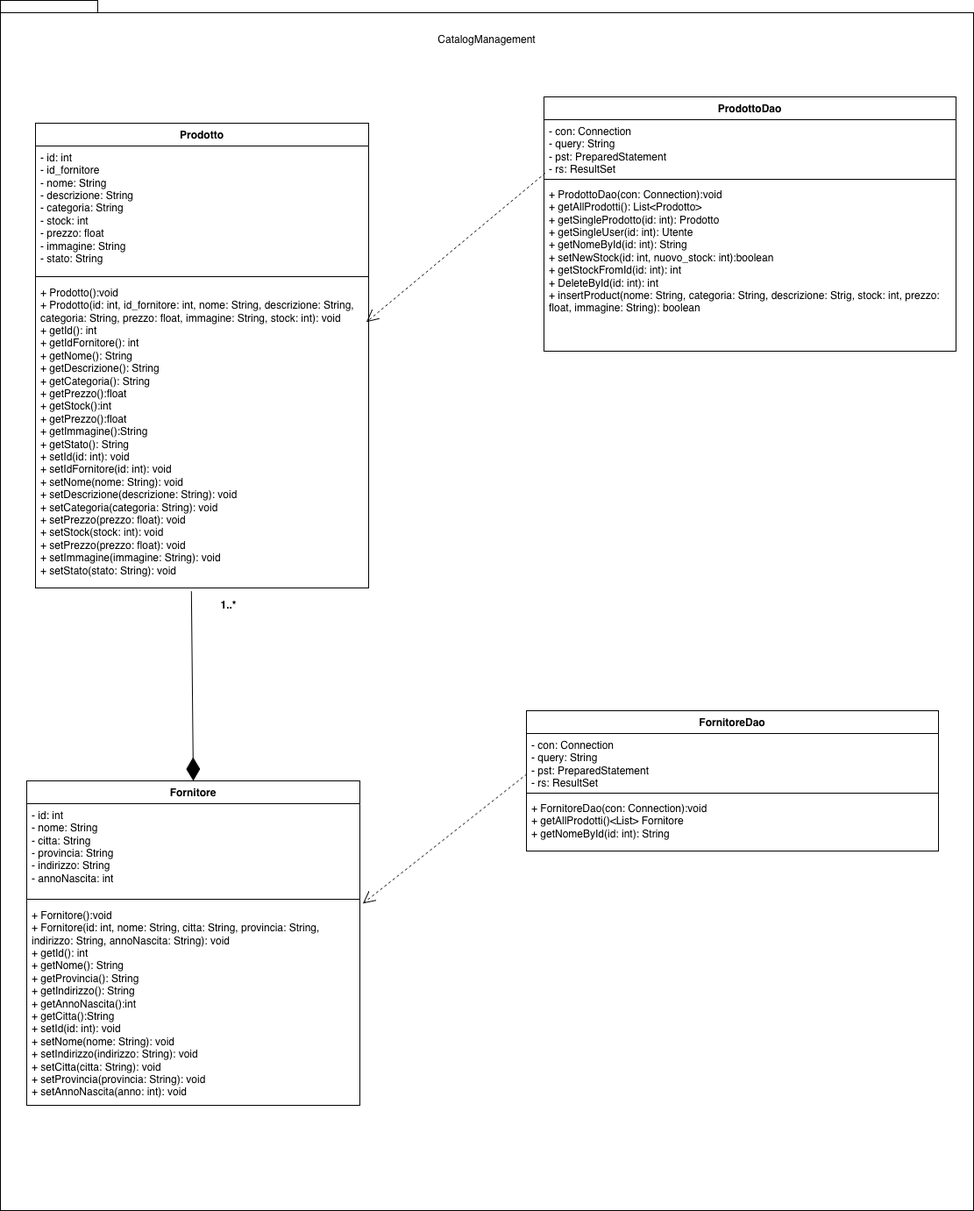
Before: Deliverables/Object Design Document Images/CatalogManagement.png, a diagram exported from draw.io (SigsUni/LaCantina). Source tidied: cells renumbered, new cells last; positions are measured from the earlier drawing's top-left corner, leaving out a move shared by most shapes.
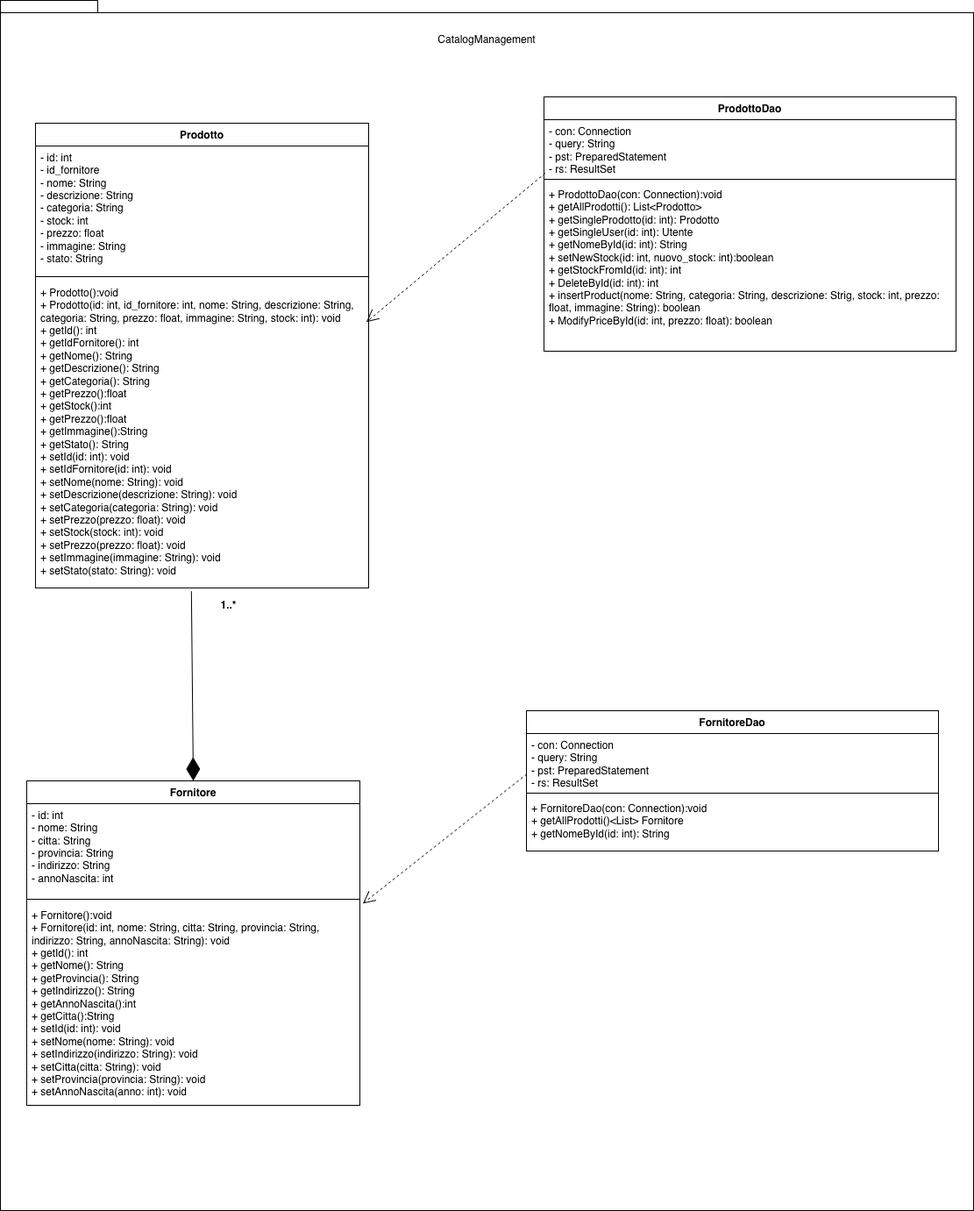
After the change.

The edit, as a diff of the source:
```diff
@@ -29,7 +29,7 @@
     <mxCell id="10" style="line;strokeWidth=1;fillColor=none;align=left;verticalAlign=middle;spacingTop=-1;spacingLeft=3;spacingRight=3;labelPosition=right;strokeColor=inherit;" parent="8" vertex="1">
       <mxGeometry y="90" width="470" height="8" as="geometry" />
     </mxCell>
-    <mxCell id="11" value="&lt;div&gt;+ ProdottoDao(con: Connection):void&lt;/div&gt;&lt;div&gt;+ getAllProdotti(): List&amp;lt;Prodotto&amp;gt;&lt;/div&gt;&lt;div&gt;+ getSingleProdotto(id: int): Prodotto&lt;/div&gt;&lt;div&gt;+ getSingleUser(id: int): Utente&lt;/div&gt;&lt;div&gt;+ getNomeById(id: int): String&lt;/div&gt;&lt;div&gt;+ setNewStock(id: int, nuovo_stock: int):boolean&lt;/div&gt;&lt;div&gt;+ getStockFromId(id: int): int&lt;/div&gt;&lt;div&gt;+ DeleteById(id: int): int&lt;/div&gt;&lt;div&gt;+ insertProduct(nome: String, categoria: String, descrizione: Strig, stock: int, prezzo: float, immagine: String): boolean&lt;/div&gt;" style="text;strokeColor=none;fillColor=none;align=left;verticalAlign=top;spacingLeft=4;spacingRight=4;overflow=hidden;whiteSpace=wrap;html=1;" parent="8" vertex="1">
+    <mxCell id="11" value="&lt;div&gt;+ ProdottoDao(con: Connection):void&lt;/div&gt;&lt;div&gt;+ getAllProdotti(): List&amp;lt;Prodotto&amp;gt;&lt;/div&gt;&lt;div&gt;+ getSingleProdotto(id: int): Prodotto&lt;/div&gt;&lt;div&gt;+ getSingleUser(id: int): Utente&lt;/div&gt;&lt;div&gt;+ getNomeById(id: int): String&lt;/div&gt;&lt;div&gt;+ setNewStock(id: int, nuovo_stock: int):boolean&lt;/div&gt;&lt;div&gt;+ getStockFromId(id: int): int&lt;/div&gt;&lt;div&gt;+ DeleteById(id: int): int&lt;/div&gt;&lt;div&gt;+ insertProduct(nome: String, categoria: String, descrizione: Strig, stock: int, prezzo: float, immagine: String): boolean&lt;/div&gt;&lt;div&gt;+ ModifyPriceById(id: int, prezzo: float): boolean&lt;/div&gt;" style="text;strokeColor=none;fillColor=none;align=left;verticalAlign=top;spacingLeft=4;spacingRight=4;overflow=hidden;whiteSpace=wrap;html=1;" parent="8" vertex="1">
       <mxGeometry y="98" width="470" height="192" as="geometry" />
     </mxCell>
     <mxCell id="12" style="endArrow=open;endSize=12;dashed=1;html=1;rounded=0;exitX=0.003;exitY=0.953;exitDx=0;exitDy=0;exitPerimeter=0;entryX=0.993;entryY=0.134;entryDx=0;entryDy=0;entryPerimeter=0;" parent="1" edge="1" source="9" target="7">
```
